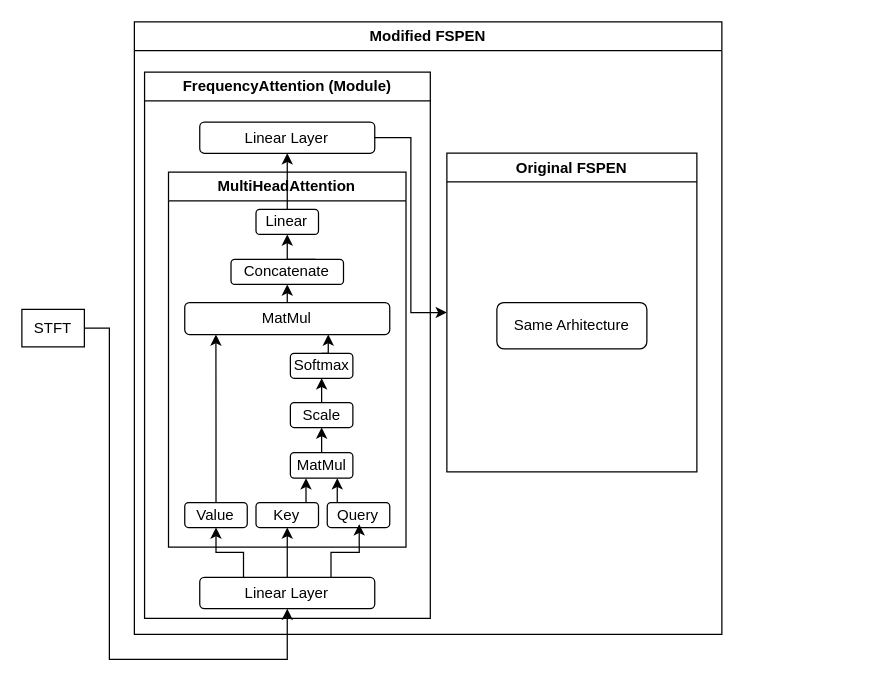
AndromedaOMA/Bachelor_Thesis_Project keeps this draw.io diagram as modified_FSPEN.drawio. Above is the earlier version. Source tidied: cells renumbered, new cells numbered last; positions are measured from the earlier drawing's top-left corner, leaving out a move shared by most shapes. Both pictures are drawn from the tidied source at 125%, with x=0, y=0 at pixel (14, 21).
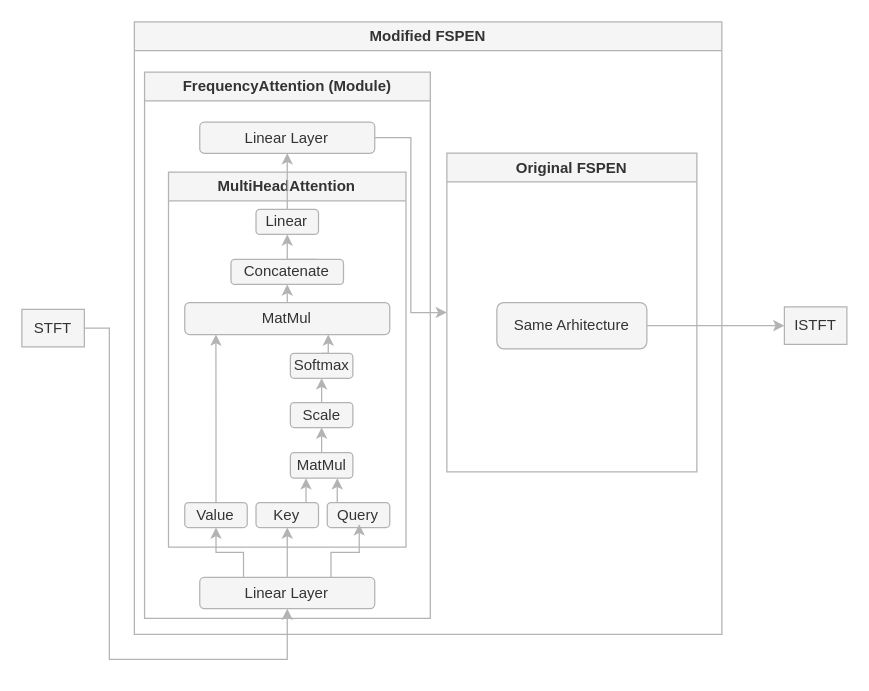
After the change.

What changed in the source:
```diff
@@
-    <mxCell id="2" style="edgeStyle=orthogonalEdgeStyle;rounded=0;jettySize=auto;html=1;entryX=0.5;entryY=1;entryDx=0;entryDy=0;" parent="1" edge="1" source="3" target="8">
+    <mxCell id="2" style="edgeStyle=orthogonalEdgeStyle;rounded=0;jettySize=auto;html=1;entryX=0.5;entryY=1;entryDx=0;entryDy=0;fillColor=#f5f5f5;strokeColor=#B3B3B3;" parent="1" edge="1" source="3" target="8">
       <mxGeometry relative="1" as="geometry">
         <Array as="points">
           <mxPoint x="76" y="245" />
           <mxPoint x="76" y="510" />
           <mxPoint x="218" y="510" />
         </Array>
       </mxGeometry>
     </mxCell>
-    <mxCell id="3" value="STFT" style="rounded=0;whiteSpace=wrap;html=1;" parent="1" vertex="1">
+    <mxCell id="3" value="STFT" style="rounded=0;whiteSpace=wrap;html=1;fillColor=#f5f5f5;fontColor=#333333;strokeColor=#B3B3B3;" parent="1" vertex="1">
       <mxGeometry x="6" y="230" width="50" height="30" as="geometry" />
     </mxCell>
-    <mxCell id="4" value="Modified FSPEN" style="swimlane;whiteSpace=wrap;html=1;" parent="1" vertex="1">
+    <mxCell id="4" value="Modified FSPEN" style="swimlane;whiteSpace=wrap;html=1;fillColor=#f5f5f5;fontColor=#333333;strokeColor=#B3B3B3;" parent="1" vertex="1">
       <mxGeometry x="96" width="470" height="490" as="geometry" />
     </mxCell>
-    <mxCell id="5" value="FrequencyAttention (Module)" style="swimlane;horizontal=0;whiteSpace=wrap;html=1;rotation=90;" parent="4" vertex="1">
+    <mxCell id="5" value="FrequencyAttention (Module)" style="swimlane;horizontal=0;whiteSpace=wrap;html=1;rotation=90;fillColor=#f5f5f5;fontColor=#333333;strokeColor=#B3B3B3;" parent="4" vertex="1">
       <mxGeometry x="-96" y="144.4" width="436.9" height="228.6" as="geometry" />
     </mxCell>
-    <mxCell id="6" style="edgeStyle=orthogonalEdgeStyle;rounded=0;jettySize=auto;html=1;exitX=0.25;exitY=0;exitDx=0;exitDy=0;entryX=0.5;entryY=1;entryDx=0;entryDy=0;strokeWidth=1;" parent="5" edge="1" source="8" target="10">
+    <mxCell id="6" style="edgeStyle=orthogonalEdgeStyle;rounded=0;jettySize=auto;html=1;exitX=0.25;exitY=0;exitDx=0;exitDy=0;entryX=0.5;entryY=1;entryDx=0;entryDy=0;strokeWidth=1;fillColor=#f5f5f5;strokeColor=#B3B3B3;" parent="5" edge="1" source="8" target="10">
       <mxGeometry relative="1" as="geometry" />
     </mxCell>
-    <mxCell id="7" style="edgeStyle=orthogonalEdgeStyle;rounded=0;jettySize=auto;html=1;exitX=0.5;exitY=0;exitDx=0;exitDy=0;entryX=0.5;entryY=1;entryDx=0;entryDy=0;strokeWidth=1;" parent="5" edge="1" source="8" target="12">
+    <mxCell id="7" style="edgeStyle=orthogonalEdgeStyle;rounded=0;jettySize=auto;html=1;exitX=0.5;exitY=0;exitDx=0;exitDy=0;entryX=0.5;entryY=1;entryDx=0;entryDy=0;strokeWidth=1;fillColor=#f5f5f5;strokeColor=#B3B3B3;" parent="5" edge="1" source="8" target="12">
       <mxGeometry relative="1" as="geometry" />
     </mxCell>
-    <mxCell id="8" value="Linear Layer" style="rounded=1;whiteSpace=wrap;html=1;" parent="5" vertex="1">
+    <mxCell id="8" value="Linear Layer" style="rounded=1;whiteSpace=wrap;html=1;fillColor=#f5f5f5;fontColor=#333333;strokeColor=#B3B3B3;" parent="5" vertex="1">
       <mxGeometry x="148.3" y="300" width="140" height="25" as="geometry" />
     </mxCell>
-    <mxCell id="9" value="MultiHeadAttention" style="swimlane;whiteSpace=wrap;html=1;" parent="5" vertex="1">
+    <mxCell id="9" value="MultiHeadAttention" style="swimlane;whiteSpace=wrap;html=1;fillColor=#f5f5f5;fontColor=#333333;strokeColor=#B3B3B3;" parent="5" vertex="1">
       <mxGeometry x="123.3" y="-24.3" width="190" height="300" as="geometry" />
     </mxCell>
-    <mxCell id="10" value="Value" style="rounded=1;whiteSpace=wrap;html=1;" parent="9" vertex="1">
+    <mxCell id="10" value="Value" style="rounded=1;whiteSpace=wrap;html=1;fillColor=#f5f5f5;fontColor=#333333;strokeColor=#B3B3B3;" parent="9" vertex="1">
       <mxGeometry x="13" y="264.4" width="50" height="20" as="geometry" />
     </mxCell>
-    <mxCell id="11" style="edgeStyle=orthogonalEdgeStyle;rounded=0;jettySize=auto;html=1;exitX=0.75;exitY=0;exitDx=0;exitDy=0;entryX=0.25;entryY=1;entryDx=0;entryDy=0;" parent="9" edge="1" source="12" target="16">
+    <mxCell id="11" style="edgeStyle=orthogonalEdgeStyle;rounded=0;jettySize=auto;html=1;exitX=0.75;exitY=0;exitDx=0;exitDy=0;entryX=0.25;entryY=1;entryDx=0;entryDy=0;fillColor=#f5f5f5;strokeColor=#B3B3B3;" parent="9" edge="1" source="12" target="16">
       <mxGeometry relative="1" as="geometry" />
     </mxCell>
-    <mxCell id="12" value="Key" style="rounded=1;whiteSpace=wrap;html=1;" parent="9" vertex="1">
+    <mxCell id="12" value="Key" style="rounded=1;whiteSpace=wrap;html=1;fillColor=#f5f5f5;fontColor=#333333;strokeColor=#B3B3B3;" parent="9" vertex="1">
       <mxGeometry x="70" y="264.4" width="50" height="20" as="geometry" />
     </mxCell>
-    <mxCell id="13" style="edgeStyle=orthogonalEdgeStyle;rounded=0;jettySize=auto;html=1;exitX=0.25;exitY=0;exitDx=0;exitDy=0;entryX=0.75;entryY=1;entryDx=0;entryDy=0;" parent="9" edge="1" source="14" target="16">
+    <mxCell id="13" style="edgeStyle=orthogonalEdgeStyle;rounded=0;jettySize=auto;html=1;exitX=0.25;exitY=0;exitDx=0;exitDy=0;entryX=0.75;entryY=1;entryDx=0;entryDy=0;fillColor=#f5f5f5;strokeColor=#B3B3B3;" parent="9" edge="1" source="14" target="16">
       <mxGeometry relative="1" as="geometry" />
     </mxCell>
-    <mxCell id="14" value="Query" style="rounded=1;whiteSpace=wrap;html=1;" parent="9" vertex="1">
+    <mxCell id="14" value="Query" style="rounded=1;whiteSpace=wrap;html=1;fillColor=#f5f5f5;fontColor=#333333;strokeColor=#B3B3B3;" parent="9" vertex="1">
       <mxGeometry x="127" y="264.4" width="50" height="20" as="geometry" />
     </mxCell>
-    <mxCell id="15" style="edgeStyle=orthogonalEdgeStyle;rounded=0;jettySize=auto;html=1;exitX=0.5;exitY=0;exitDx=0;exitDy=0;entryX=0.5;entryY=1;entryDx=0;entryDy=0;" parent="9" edge="1" source="16" target="18">
+    <mxCell id="15" style="edgeStyle=orthogonalEdgeStyle;rounded=0;jettySize=auto;html=1;exitX=0.5;exitY=0;exitDx=0;exitDy=0;entryX=0.5;entryY=1;entryDx=0;entryDy=0;fillColor=#f5f5f5;strokeColor=#B3B3B3;" parent="9" edge="1" source="16" target="18">
       <mxGeometry relative="1" as="geometry" />
     </mxCell>
-    <mxCell id="16" value="MatMul" style="rounded=1;whiteSpace=wrap;html=1;" parent="9" vertex="1">
+    <mxCell id="16" value="MatMul" style="rounded=1;whiteSpace=wrap;html=1;fillColor=#f5f5f5;fontColor=#333333;strokeColor=#B3B3B3;" parent="9" vertex="1">
       <mxGeometry x="97.5" y="224.4" width="50" height="20.5" as="geometry" />
     </mxCell>
-    <mxCell id="17" style="edgeStyle=orthogonalEdgeStyle;rounded=0;jettySize=auto;html=1;exitX=0.5;exitY=0;exitDx=0;exitDy=0;entryX=0.5;entryY=1;entryDx=0;entryDy=0;" parent="9" edge="1" source="18" target="19">
+    <mxCell id="17" style="edgeStyle=orthogonalEdgeStyle;rounded=0;jettySize=auto;html=1;exitX=0.5;exitY=0;exitDx=0;exitDy=0;entryX=0.5;entryY=1;entryDx=0;entryDy=0;fillColor=#f5f5f5;strokeColor=#B3B3B3;" parent="9" edge="1" source="18" target="19">
       <mxGeometry relative="1" as="geometry" />
     </mxCell>
-    <mxCell id="18" value="Scale" style="rounded=1;whiteSpace=wrap;html=1;" parent="9" vertex="1">
+    <mxCell id="18" value="Scale" style="rounded=1;whiteSpace=wrap;html=1;fillColor=#f5f5f5;fontColor=#333333;strokeColor=#B3B3B3;" parent="9" vertex="1">
       <mxGeometry x="97.5" y="184.4" width="50" height="20" as="geometry" />
     </mxCell>
-    <mxCell id="19" value="Softmax" style="rounded=1;whiteSpace=wrap;html=1;" parent="9" vertex="1">
+    <mxCell id="19" value="Softmax" style="rounded=1;whiteSpace=wrap;html=1;fillColor=#f5f5f5;fontColor=#333333;strokeColor=#B3B3B3;" parent="9" vertex="1">
       <mxGeometry x="97.5" y="145" width="50" height="20" as="geometry" />
     </mxCell>
-    <mxCell id="20" style="edgeStyle=orthogonalEdgeStyle;rounded=0;jettySize=auto;html=1;exitX=0.5;exitY=0;exitDx=0;exitDy=0;entryX=0.5;entryY=1;entryDx=0;entryDy=0;" parent="9" edge="1" source="21" target="25">
+    <mxCell id="20" style="edgeStyle=orthogonalEdgeStyle;rounded=0;jettySize=auto;html=1;exitX=0.5;exitY=0;exitDx=0;exitDy=0;entryX=0.5;entryY=1;entryDx=0;entryDy=0;fillColor=#f5f5f5;strokeColor=#B3B3B3;" parent="9" edge="1" source="21" target="25">
       <mxGeometry relative="1" as="geometry" />
     </mxCell>
-    <mxCell id="21" value="MatMul" style="rounded=1;whiteSpace=wrap;html=1;" parent="9" vertex="1">
+    <mxCell id="21" value="MatMul" style="rounded=1;whiteSpace=wrap;html=1;fillColor=#f5f5f5;fontColor=#333333;strokeColor=#B3B3B3;" parent="9" vertex="1">
       <mxGeometry x="13" y="104.4" width="164" height="25.6" as="geometry" />
     </mxCell>
-    <mxCell id="22" style="edgeStyle=orthogonalEdgeStyle;rounded=0;jettySize=auto;html=1;entryX=0.152;entryY=1;entryDx=0;entryDy=0;entryPerimeter=0;" parent="9" edge="1" source="10" target="21">
+    <mxCell id="22" style="edgeStyle=orthogonalEdgeStyle;rounded=0;jettySize=auto;html=1;entryX=0.152;entryY=1;entryDx=0;entryDy=0;entryPerimeter=0;fillColor=#f5f5f5;strokeColor=#B3B3B3;" parent="9" edge="1" source="10" target="21">
       <mxGeometry relative="1" as="geometry" />
     </mxCell>
-    <mxCell id="23" style="edgeStyle=orthogonalEdgeStyle;rounded=0;jettySize=auto;html=1;exitX=0.5;exitY=0;exitDx=0;exitDy=0;entryX=0.7;entryY=1;entryDx=0;entryDy=0;entryPerimeter=0;" parent="9" edge="1" source="19" target="21">
+    <mxCell id="23" style="edgeStyle=orthogonalEdgeStyle;rounded=0;jettySize=auto;html=1;exitX=0.5;exitY=0;exitDx=0;exitDy=0;entryX=0.7;entryY=1;entryDx=0;entryDy=0;entryPerimeter=0;fillColor=#f5f5f5;strokeColor=#B3B3B3;" parent="9" edge="1" source="19" target="21">
       <mxGeometry relative="1" as="geometry" />
     </mxCell>
-    <mxCell id="24" style="edgeStyle=orthogonalEdgeStyle;rounded=0;jettySize=auto;html=1;exitX=0.75;exitY=0;exitDx=0;exitDy=0;entryX=0.5;entryY=1;entryDx=0;entryDy=0;" parent="9" edge="1" source="25" target="26">
+    <mxCell id="24" style="edgeStyle=orthogonalEdgeStyle;rounded=0;jettySize=auto;html=1;exitX=0.75;exitY=0;exitDx=0;exitDy=0;entryX=0.5;entryY=1;entryDx=0;entryDy=0;fillColor=#f5f5f5;strokeColor=#B3B3B3;" parent="9" edge="1" source="25" target="26">
       <mxGeometry relative="1" as="geometry" />
     </mxCell>
-    <mxCell id="25" value="Concatenate" style="rounded=1;whiteSpace=wrap;html=1;" parent="9" vertex="1">
+    <mxCell id="25" value="Concatenate" style="rounded=1;whiteSpace=wrap;html=1;fillColor=#f5f5f5;fontColor=#333333;strokeColor=#B3B3B3;" parent="9" vertex="1">
       <mxGeometry x="50" y="69.9" width="90" height="20" as="geometry" />
     </mxCell>
-    <mxCell id="26" value="Linear" style="rounded=1;whiteSpace=wrap;html=1;" parent="9" vertex="1">
+    <mxCell id="26" value="Linear" style="rounded=1;whiteSpace=wrap;html=1;fillColor=#f5f5f5;fontColor=#333333;strokeColor=#B3B3B3;" parent="9" vertex="1">
       <mxGeometry x="70" y="29.9" width="50" height="20" as="geometry" />
     </mxCell>
-    <mxCell id="27" value="Linear Layer" style="rounded=1;whiteSpace=wrap;html=1;" parent="5" vertex="1">
+    <mxCell id="27" value="Linear Layer" style="rounded=1;whiteSpace=wrap;html=1;fillColor=#f5f5f5;fontColor=#333333;strokeColor=#B3B3B3;" parent="5" vertex="1">
       <mxGeometry x="148.3" y="-64.3" width="140" height="25" as="geometry" />
     </mxCell>
-    <mxCell id="28" style="edgeStyle=orthogonalEdgeStyle;rounded=0;jettySize=auto;html=1;exitX=0.75;exitY=0;exitDx=0;exitDy=0;entryX=0.511;entryY=0.866;entryDx=0;entryDy=0;entryPerimeter=0;strokeWidth=1;" parent="5" edge="1" source="8" target="14">
+    <mxCell id="28" style="edgeStyle=orthogonalEdgeStyle;rounded=0;jettySize=auto;html=1;exitX=0.75;exitY=0;exitDx=0;exitDy=0;entryX=0.511;entryY=0.866;entryDx=0;entryDy=0;entryPerimeter=0;strokeWidth=1;fillColor=#f5f5f5;strokeColor=#B3B3B3;" parent="5" edge="1" source="8" target="14">
       <mxGeometry relative="1" as="geometry" />
     </mxCell>
-    <mxCell id="29" style="edgeStyle=orthogonalEdgeStyle;rounded=0;jettySize=auto;html=1;entryX=0.5;entryY=1;entryDx=0;entryDy=0;" parent="5" edge="1" source="26" target="27">
+    <mxCell id="29" style="edgeStyle=orthogonalEdgeStyle;rounded=0;jettySize=auto;html=1;entryX=0.5;entryY=1;entryDx=0;entryDy=0;fillColor=#f5f5f5;strokeColor=#B3B3B3;" parent="5" edge="1" source="26" target="27">
       <mxGeometry relative="1" as="geometry" />
     </mxCell>
-    <mxCell id="30" value="Original FSPEN" style="swimlane;whiteSpace=wrap;html=1;" parent="4" vertex="1">
+    <mxCell id="30" value="Original FSPEN" style="swimlane;whiteSpace=wrap;html=1;fillColor=#f5f5f5;fontColor=#333333;strokeColor=#B3B3B3;" parent="4" vertex="1">
       <mxGeometry x="250" y="105" width="200" height="255" as="geometry" />
     </mxCell>
-    <mxCell id="31" value="Same Arhitecture" style="rounded=1;whiteSpace=wrap;html=1;" parent="30" vertex="1">
+    <mxCell id="31" value="Same Arhitecture" style="rounded=1;whiteSpace=wrap;html=1;fillColor=#f5f5f5;fontColor=#333333;strokeColor=#B3B3B3;" parent="30" vertex="1">
       <mxGeometry x="40" y="119.5" width="120" height="37" as="geometry" />
     </mxCell>
-    <mxCell id="32" style="edgeStyle=orthogonalEdgeStyle;rounded=0;jettySize=auto;html=1;entryX=0;entryY=0.5;entryDx=0;entryDy=0;" parent="4" edge="1" source="27" target="30">
+    <mxCell id="32" style="edgeStyle=orthogonalEdgeStyle;rounded=0;jettySize=auto;html=1;entryX=0;entryY=0.5;entryDx=0;entryDy=0;fillColor=#f5f5f5;strokeColor=#B3B3B3;" parent="4" edge="1" source="27" target="30">
       <mxGeometry relative="1" as="geometry" />
     </mxCell>
+    <mxCell id="33" value="I&lt;span style=&quot;background-color: transparent; color: light-dark(rgb(51, 51, 51), rgb(193, 193, 193));&quot;&gt;STFT&lt;/span&gt;" style="rounded=0;whiteSpace=wrap;html=1;fillColor=#f5f5f5;fontColor=#333333;strokeColor=#B3B3B3;" parent="1" vertex="1">
+      <mxGeometry x="616" y="228" width="50" height="30" as="geometry" />
+    </mxCell>
+    <mxCell id="34" style="edgeStyle=orthogonalEdgeStyle;rounded=0;jettySize=auto;html=1;entryX=0;entryY=0.5;entryDx=0;entryDy=0;strokeColor=#B3B3B3;fillColor=#f5f5f5;" parent="1" edge="1" source="31" target="33">
+      <mxGeometry relative="1" as="geometry" />
+    </mxCell>
```
